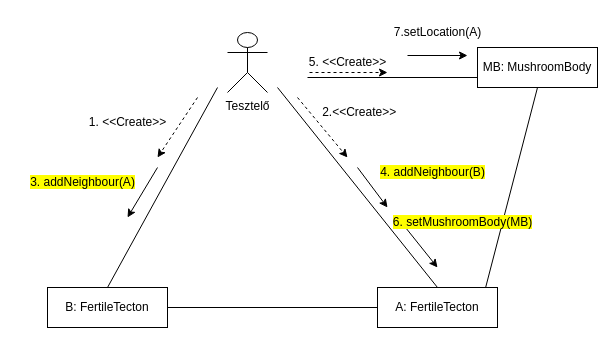
Before: page "(OLD) MyceliumGrow" (1 of 14) of 5_szkeleton_terv/BJ Mycelium & MushroomBody Komm&Seq .drawio in koharzsombor/bandITs, a draw.io diagram. Source tidied: cells renumbered, new cells numbered last; positions are measured from the earlier drawing's top-left corner, leaving out a move shared by most shapes. Both pictures are drawn from the tidied source at 100%, with x=0, y=0 at pixel (17, 17).
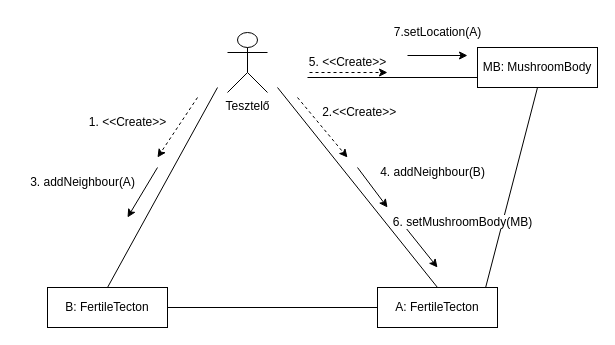
Above is the later version.

Change to the diagram source:
```diff
@@
-    <mxCell id="12" value="&lt;span style=&quot;background-color: light-dark(rgb(255, 255, 0), rgb(31, 31, 0));&quot;&gt;3. addNeighbour(A)&lt;/span&gt;" style="text;html=1;align=center;verticalAlign=middle;strokeColor=none;fillColor=none;" parent="1" vertex="1">
+    <mxCell id="12" value="&lt;span&gt;3. addNeighbour(A)&lt;/span&gt;" style="text;html=1;align=center;verticalAlign=middle;strokeColor=none;fillColor=none;" parent="1" vertex="1">
       <mxGeometry y="150" width="130" height="30" as="geometry" />
     </mxCell>
@@
-    <mxCell id="16" value="&lt;span style=&quot;background-color: light-dark(rgb(255, 255, 0), rgb(237, 237, 237));&quot;&gt;4. addNeighbour(B)&lt;/span&gt;" style="text;html=1;align=center;verticalAlign=middle;strokeColor=none;fillColor=none;" parent="1" vertex="1">
+    <mxCell id="16" value="&lt;span&gt;4. addNeighbour(B)&lt;/span&gt;" style="text;html=1;align=center;verticalAlign=middle;strokeColor=none;fillColor=none;" parent="1" vertex="1">
       <mxGeometry x="350" y="140" width="130" height="30" as="geometry" />
     </mxCell>
@@
-    <mxCell id="21" value="&lt;span style=&quot;background-color: light-dark(rgb(255, 255, 0), rgb(237, 237, 237));&quot;&gt;6. set&lt;/span&gt;&lt;span style=&quot;background-color: light-dark(rgb(255, 255, 0), rgb(237, 237, 237)); color: light-dark(rgb(0, 0, 0), rgb(255, 255, 255));&quot;&gt;MushroomBody(MB)&lt;/span&gt;" style="text;html=1;align=center;verticalAlign=middle;strokeColor=none;fillColor=none;" parent="1" vertex="1">
+    <mxCell id="21" value="&lt;span style=&quot;background-color: light-dark(#ffffff, var(--ge-dark-color, #121212));&quot;&gt;6. set&lt;span style=&quot;color: light-dark(rgb(0, 0, 0), rgb(255, 255, 255));&quot;&gt;MushroomBody(MB)&lt;/span&gt;&lt;/span&gt;" style="text;html=1;align=center;verticalAlign=middle;strokeColor=none;fillColor=none;" parent="1" vertex="1">
       <mxGeometry x="365" y="190" width="160" height="30" as="geometry" />
     </mxCell>
```
